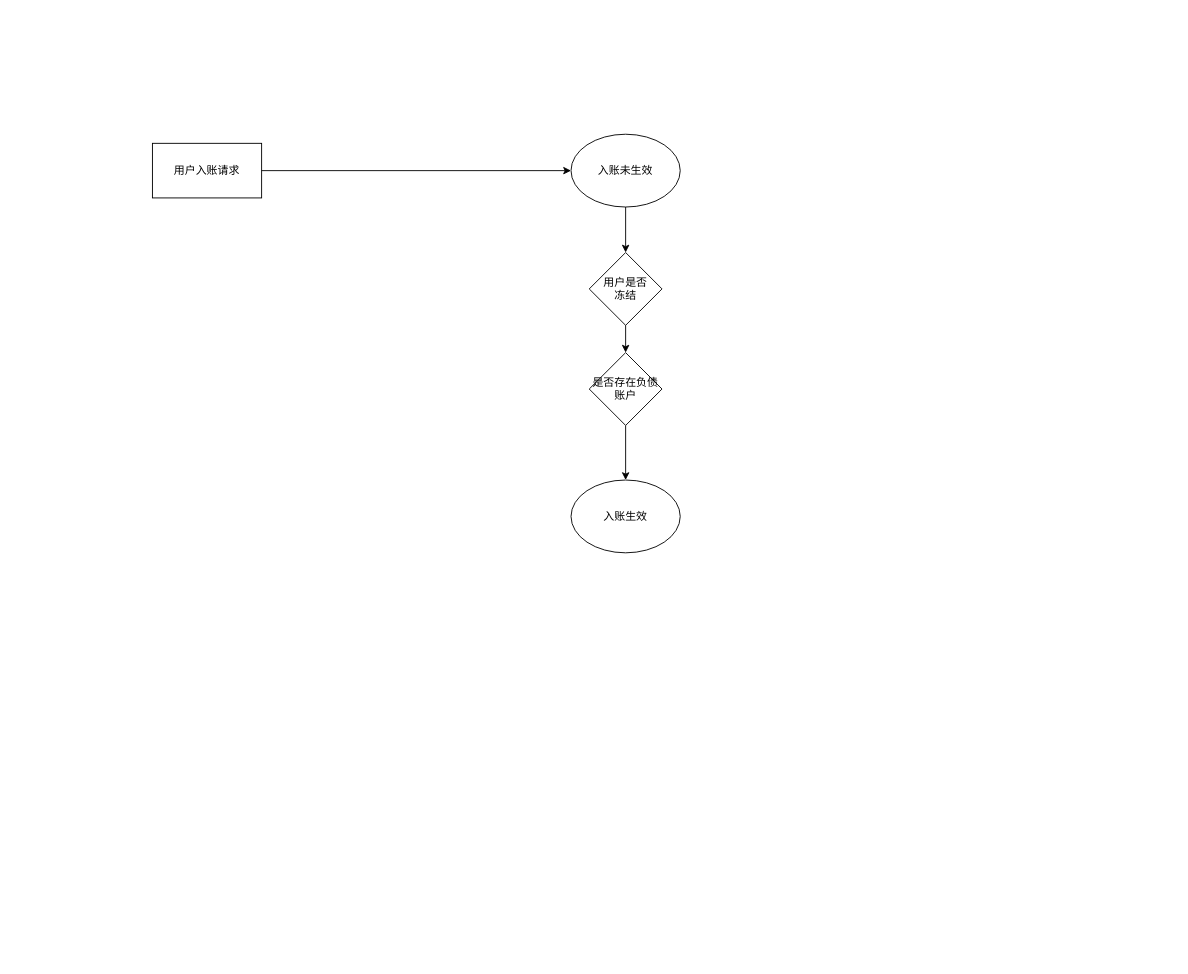
Earlier version of the draw.io diagram StudyDemo/src/用户资金流转图.drawio (keyeze/StudyPlace). Source tidied: cells renumbered, new cells numbered last; positions are measured from the earlier drawing's top-left corner, leaving out a move shared by most shapes. Both pictures are drawn from the tidied source at 91%, with x=0, y=0 at pixel (152, 134).
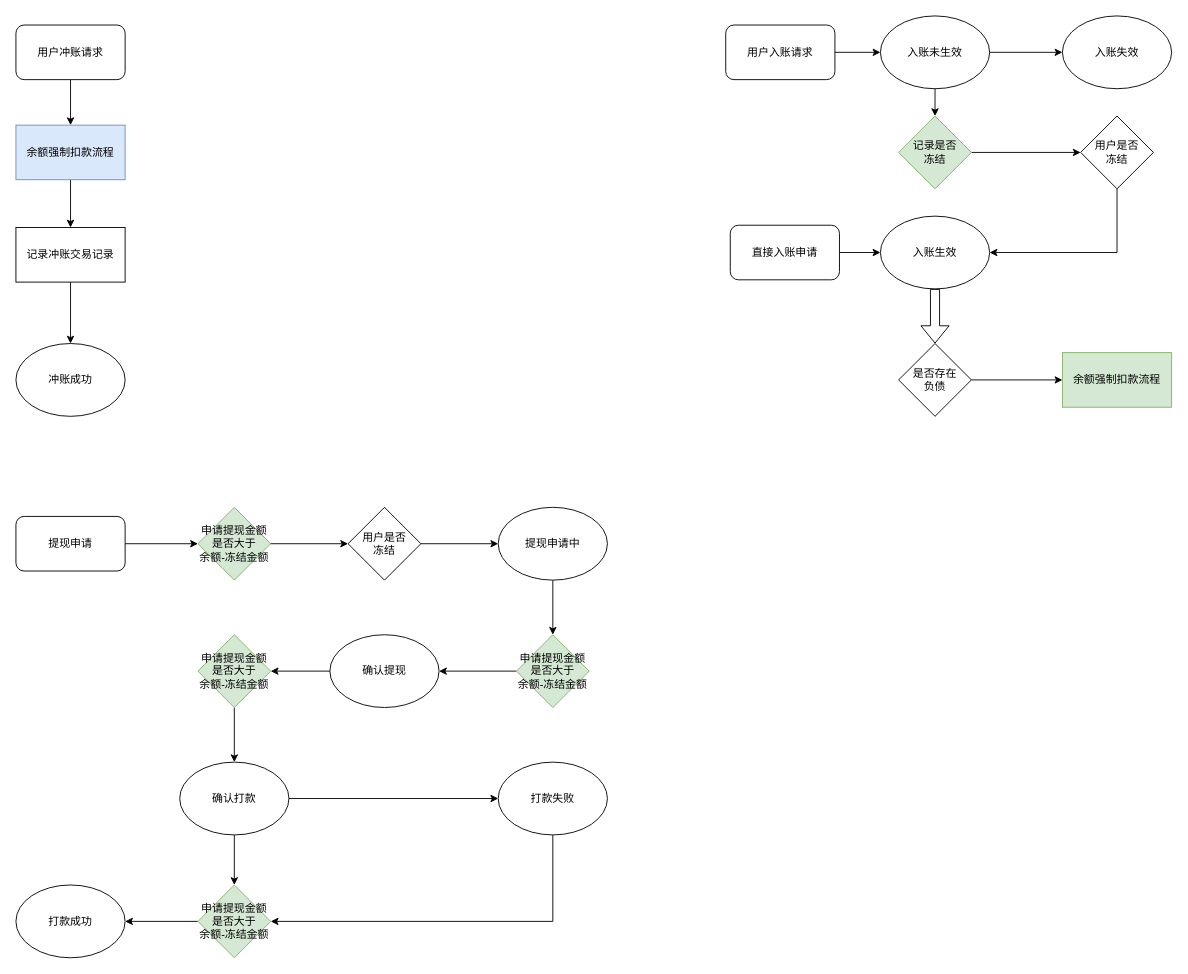
After the change.

Commit message (it also covers changes not shown here):
更新用户资金流转图.drawio

The edit, as a diff of the source:
```diff
@@
-    <mxCell id="2" style="edgeStyle=orthogonalEdgeStyle;rounded=0;jettySize=auto;html=1;exitX=0.5;exitY=1;exitDx=0;exitDy=0;entryX=0.5;entryY=0;entryDx=0;entryDy=0;" parent="1" edge="1" source="9" target="6">
+    <mxCell id="2" style="edgeStyle=orthogonalEdgeStyle;rounded=0;jettySize=auto;html=1;exitX=1;exitY=0.5;exitDx=0;exitDy=0;entryX=0;entryY=0.5;entryDx=0;entryDy=0;" parent="1" edge="1" source="9" target="45">
       <mxGeometry relative="1" as="geometry" />
     </mxCell>
@@
+    <mxCell id="11" style="edgeStyle=orthogonalEdgeStyle;rounded=0;jettySize=auto;html=1;exitX=1;exitY=0.5;exitDx=0;exitDy=0;" parent="1" edge="1" source="4" target="35">
+      <mxGeometry relative="1" as="geometry" />
+    </mxCell>
     <mxCell id="4" value="入账未生效" style="ellipse;whiteSpace=wrap;html=1;" parent="1" vertex="1">
-      <mxGeometry x="460" width="120" height="80" as="geometry" />
+      <mxGeometry x="800" y="-130" width="120" height="80" as="geometry" />
     </mxCell>
-    <mxCell id="5" value="用户入账请求" style="rounded=0;whiteSpace=wrap;html=1;" parent="1" vertex="1">
-      <mxGeometry y="10" width="120" height="60" as="geometry" />
-    </mxCell>
-    <mxCell id="6" value="入账生效" style="ellipse;whiteSpace=wrap;html=1;" parent="1" vertex="1">
-      <mxGeometry x="460" y="380" width="120" height="80" as="geometry" />
-    </mxCell>
+    <mxCell id="12" style="edgeStyle=orthogonalEdgeStyle;rounded=0;jettySize=auto;html=1;exitX=1;exitY=0.5;exitDx=0;exitDy=0;entryX=0;entryY=0.5;entryDx=0;entryDy=0;" parent="1" edge="1" source="7" target="17">
+      <mxGeometry relative="1" as="geometry" />
+    </mxCell>
-    <mxCell id="7" value="用户是否&lt;br&gt;冻结" style="rhombus;whiteSpace=wrap;html=1;" parent="1" vertex="1">
-      <mxGeometry x="480" y="130" width="80" height="80" as="geometry" />
+    <mxCell id="7" value="记录是否&lt;br&gt;冻结" style="rhombus;whiteSpace=wrap;html=1;fillColor=#d5e8d4;strokeColor=#82b366;" parent="1" vertex="1">
+      <mxGeometry x="820" y="-20" width="80" height="80" as="geometry" />
     </mxCell>
@@
+    <mxCell id="6" value="入账生效" style="ellipse;whiteSpace=wrap;html=1;" parent="1" vertex="1">
+      <mxGeometry x="800" y="90" width="120" height="80" as="geometry" />
+    </mxCell>
-    <mxCell id="9" value="是否存在负债账户" style="rhombus;whiteSpace=wrap;html=1;" parent="1" vertex="1">
-      <mxGeometry x="480" y="240" width="80" height="80" as="geometry" />
+    <mxCell id="9" value="是否存在&lt;br&gt;负债" style="rhombus;whiteSpace=wrap;html=1;" parent="1" vertex="1">
+      <mxGeometry x="820" y="230" width="80" height="80" as="geometry" />
     </mxCell>
-    <mxCell id="10" style="edgeStyle=orthogonalEdgeStyle;rounded=0;jettySize=auto;html=1;exitX=0.5;exitY=1;exitDx=0;exitDy=0;entryX=0.5;entryY=0;entryDx=0;entryDy=0;" parent="1" edge="1" source="7" target="9">
-      <mxGeometry relative="1" as="geometry" />
-    </mxCell>
+    <mxCell id="13" style="edgeStyle=orthogonalEdgeStyle;rounded=0;jettySize=auto;html=1;exitX=0.5;exitY=1;exitDx=0;exitDy=0;entryX=0.5;entryY=0;entryDx=0;entryDy=0;" parent="1" edge="1" source="14" target="26">
+      <mxGeometry relative="1" as="geometry" />
+    </mxCell>
+    <mxCell id="14" value="提现申请中" style="ellipse;whiteSpace=wrap;html=1;" parent="1" vertex="1">
+      <mxGeometry x="380" y="410" width="120" height="80" as="geometry" />
+    </mxCell>
+    <mxCell id="15" value="冲账成功" style="ellipse;whiteSpace=wrap;html=1;" parent="1" vertex="1">
+      <mxGeometry x="-150" y="230" width="120" height="80" as="geometry" />
+    </mxCell>
+    <mxCell id="16" style="edgeStyle=orthogonalEdgeStyle;rounded=0;jettySize=auto;html=1;exitX=0.5;exitY=1;exitDx=0;exitDy=0;entryX=1;entryY=0.5;entryDx=0;entryDy=0;" parent="1" edge="1" source="17" target="6">
+      <mxGeometry relative="1" as="geometry" />
+    </mxCell>
+    <mxCell id="17" value="用户是否&lt;br&gt;冻结" style="rhombus;whiteSpace=wrap;html=1;" parent="1" vertex="1">
+      <mxGeometry x="1020" y="-20" width="80" height="80" as="geometry" />
+    </mxCell>
+    <mxCell id="18" style="edgeStyle=orthogonalEdgeStyle;rounded=0;jettySize=auto;html=1;exitX=1;exitY=0.5;exitDx=0;exitDy=0;" parent="1" edge="1" source="32" target="14">
+      <mxGeometry relative="1" as="geometry" />
+    </mxCell>
+    <mxCell id="19" value="申请提现金额&lt;br&gt;是否大于&lt;br&gt;余额-冻结金额" style="rhombus;whiteSpace=wrap;html=1;fillColor=#d5e8d4;strokeColor=#82b366;" parent="1" vertex="1">
+      <mxGeometry x="50" y="410" width="80" height="80" as="geometry" />
+    </mxCell>
+    <mxCell id="20" style="edgeStyle=orthogonalEdgeStyle;rounded=0;jettySize=auto;html=1;exitX=1;exitY=0.5;exitDx=0;exitDy=0;entryX=0;entryY=0.5;entryDx=0;entryDy=0;" parent="1" edge="1" source="22" target="30">
+      <mxGeometry relative="1" as="geometry" />
+    </mxCell>
+    <mxCell id="21" style="edgeStyle=orthogonalEdgeStyle;rounded=0;jettySize=auto;html=1;exitX=0.5;exitY=1;exitDx=0;exitDy=0;entryX=0.5;entryY=0;entryDx=0;entryDy=0;" parent="1" edge="1" source="22" target="42">
+      <mxGeometry relative="1" as="geometry" />
+    </mxCell>
+    <mxCell id="22" value="确认打款" style="ellipse;whiteSpace=wrap;html=1;" parent="1" vertex="1">
+      <mxGeometry x="30" y="690" width="120" height="80" as="geometry" />
+    </mxCell>
+    <mxCell id="23" style="edgeStyle=orthogonalEdgeStyle;rounded=0;jettySize=auto;html=1;exitX=0.5;exitY=1;exitDx=0;exitDy=0;entryX=0.5;entryY=0;entryDx=0;entryDy=0;" parent="1" edge="1" source="27" target="22">
+      <mxGeometry relative="1" as="geometry" />
+    </mxCell>
+    <mxCell id="24" value="确认提现" style="ellipse;whiteSpace=wrap;html=1;" parent="1" vertex="1">
+      <mxGeometry x="195" y="550" width="120" height="80" as="geometry" />
+    </mxCell>
+    <mxCell id="25" style="edgeStyle=orthogonalEdgeStyle;rounded=0;jettySize=auto;html=1;exitX=0;exitY=0.5;exitDx=0;exitDy=0;entryX=1;entryY=0.5;entryDx=0;entryDy=0;" parent="1" edge="1" source="26" target="24">
+      <mxGeometry relative="1" as="geometry" />
+    </mxCell>
+    <mxCell id="26" value="&lt;span style=&quot;white-space: normal&quot;&gt;申请提现金额&lt;/span&gt;&lt;br style=&quot;white-space: normal&quot;&gt;&lt;span style=&quot;white-space: normal&quot;&gt;是否大于&lt;/span&gt;&lt;br style=&quot;white-space: normal&quot;&gt;&lt;span style=&quot;white-space: normal&quot;&gt;余额-冻结金额&lt;/span&gt;" style="rhombus;whiteSpace=wrap;html=1;fillColor=#d5e8d4;strokeColor=#82b366;" parent="1" vertex="1">
+      <mxGeometry x="400" y="550" width="80" height="80" as="geometry" />
+    </mxCell>
+    <mxCell id="27" value="&lt;span style=&quot;white-space: normal&quot;&gt;申请提现金额&lt;/span&gt;&lt;br style=&quot;white-space: normal&quot;&gt;&lt;span style=&quot;white-space: normal&quot;&gt;是否大于&lt;/span&gt;&lt;br style=&quot;white-space: normal&quot;&gt;&lt;span style=&quot;white-space: normal&quot;&gt;余额-冻结金额&lt;/span&gt;" style="rhombus;whiteSpace=wrap;html=1;fillColor=#d5e8d4;strokeColor=#82b366;" parent="1" vertex="1">
+      <mxGeometry x="50" y="550" width="80" height="80" as="geometry" />
+    </mxCell>
+    <mxCell id="28" style="edgeStyle=orthogonalEdgeStyle;rounded=0;jettySize=auto;html=1;exitX=0;exitY=0.5;exitDx=0;exitDy=0;entryX=1;entryY=0.5;entryDx=0;entryDy=0;" parent="1" edge="1" source="24" target="27">
+      <mxGeometry relative="1" as="geometry" />
+    </mxCell>
+    <mxCell id="29" style="edgeStyle=orthogonalEdgeStyle;rounded=0;jettySize=auto;html=1;exitX=0.5;exitY=1;exitDx=0;exitDy=0;entryX=1;entryY=0.5;entryDx=0;entryDy=0;" parent="1" edge="1" source="30" target="42">
+      <mxGeometry relative="1" as="geometry" />
+    </mxCell>
+    <mxCell id="30" value="打款失败" style="ellipse;whiteSpace=wrap;html=1;" parent="1" vertex="1">
+      <mxGeometry x="380" y="690" width="120" height="80" as="geometry" />
+    </mxCell>
+    <mxCell id="31" value="打款成功" style="ellipse;whiteSpace=wrap;html=1;" parent="1" vertex="1">
+      <mxGeometry x="-150" y="825" width="120" height="80" as="geometry" />
+    </mxCell>
+    <mxCell id="32" value="用户是否&lt;br&gt;冻结" style="rhombus;whiteSpace=wrap;html=1;" parent="1" vertex="1">
+      <mxGeometry x="215" y="410" width="80" height="80" as="geometry" />
+    </mxCell>
+    <mxCell id="33" style="edgeStyle=orthogonalEdgeStyle;rounded=0;jettySize=auto;html=1;exitX=1;exitY=0.5;exitDx=0;exitDy=0;" parent="1" edge="1" source="19" target="32">
+      <mxGeometry relative="1" as="geometry" />
+    </mxCell>
+    <mxCell id="34" style="shape=flexArrow;endArrow=classic;html=1;exitX=0.5;exitY=1;exitDx=0;exitDy=0;" parent="1" edge="1" source="6" target="9">
+      <mxGeometry relative="1" as="geometry" />
+    </mxCell>
+    <mxCell id="35" value="入账失效" style="ellipse;whiteSpace=wrap;html=1;" parent="1" vertex="1">
+      <mxGeometry x="1000" y="-130" width="120" height="80" as="geometry" />
+    </mxCell>
+    <mxCell id="36" style="edgeStyle=orthogonalEdgeStyle;rounded=0;jettySize=auto;html=1;exitX=1;exitY=0.5;exitDx=0;exitDy=0;entryX=0;entryY=0.5;entryDx=0;entryDy=0;" parent="1" edge="1" source="37" target="19">
+      <mxGeometry relative="1" as="geometry" />
+    </mxCell>
+    <mxCell id="37" value="提现申请" style="rounded=1;whiteSpace=wrap;html=1;" parent="1" vertex="1">
+      <mxGeometry x="-150" y="420" width="120" height="60" as="geometry" />
+    </mxCell>
+    <mxCell id="5" value="用户入账请求" style="rounded=1;whiteSpace=wrap;html=1;" parent="1" vertex="1">
+      <mxGeometry x="630" y="-120" width="120" height="60" as="geometry" />
+    </mxCell>
+    <mxCell id="38" style="edgeStyle=orthogonalEdgeStyle;rounded=0;jettySize=auto;html=1;exitX=0.5;exitY=1;exitDx=0;exitDy=0;entryX=0.5;entryY=0;entryDx=0;entryDy=0;" parent="1" edge="1" source="39" target="44">
+      <mxGeometry relative="1" as="geometry" />
+    </mxCell>
+    <mxCell id="39" value="余额强制扣款流程" style="rounded=0;whiteSpace=wrap;html=1;fillColor=#dae8fc;strokeColor=#6c8ebf;" parent="1" vertex="1">
+      <mxGeometry x="-150" y="-10" width="120" height="60" as="geometry" />
+    </mxCell>
+    <mxCell id="40" style="edgeStyle=orthogonalEdgeStyle;rounded=0;jettySize=auto;html=1;entryX=0.5;entryY=0;entryDx=0;entryDy=0;exitX=0.5;exitY=1;exitDx=0;exitDy=0;" parent="1" edge="1" source="46" target="39">
+      <mxGeometry relative="1" as="geometry" />
+    </mxCell>
+    <mxCell id="41" style="edgeStyle=orthogonalEdgeStyle;rounded=0;jettySize=auto;html=1;exitX=0;exitY=0.5;exitDx=0;exitDy=0;entryX=1;entryY=0.5;entryDx=0;entryDy=0;" parent="1" edge="1" source="42" target="31">
+      <mxGeometry relative="1" as="geometry" />
+    </mxCell>
+    <mxCell id="42" value="&lt;span style=&quot;white-space: normal&quot;&gt;申请提现金额&lt;/span&gt;&lt;br style=&quot;white-space: normal&quot;&gt;&lt;span style=&quot;white-space: normal&quot;&gt;是否大于&lt;/span&gt;&lt;br style=&quot;white-space: normal&quot;&gt;&lt;span style=&quot;white-space: normal&quot;&gt;余额-冻结金额&lt;/span&gt;" style="rhombus;whiteSpace=wrap;html=1;fillColor=#d5e8d4;strokeColor=#82b366;" parent="1" vertex="1">
+      <mxGeometry x="50" y="825" width="80" height="80" as="geometry" />
+    </mxCell>
+    <mxCell id="43" style="edgeStyle=orthogonalEdgeStyle;rounded=0;jettySize=auto;html=1;exitX=0.5;exitY=1;exitDx=0;exitDy=0;entryX=0.5;entryY=0;entryDx=0;entryDy=0;" parent="1" edge="1" source="44" target="15">
+      <mxGeometry relative="1" as="geometry" />
+    </mxCell>
+    <mxCell id="44" value="记录冲账交易记录" style="rounded=0;whiteSpace=wrap;html=1;" parent="1" vertex="1">
+      <mxGeometry x="-150" y="102.5" width="120" height="60" as="geometry" />
+    </mxCell>
+    <mxCell id="45" value="余额强制扣款流程" style="rounded=0;whiteSpace=wrap;html=1;fillColor=#d5e8d4;strokeColor=#82b366;" parent="1" vertex="1">
+      <mxGeometry x="1000" y="240" width="120" height="60" as="geometry" />
+    </mxCell>
+    <mxCell id="46" value="用户冲账请求" style="rounded=1;whiteSpace=wrap;html=1;" parent="1" vertex="1">
+      <mxGeometry x="-150" y="-120" width="120" height="60" as="geometry" />
+    </mxCell>
+    <mxCell id="47" style="edgeStyle=orthogonalEdgeStyle;rounded=0;jettySize=auto;html=1;exitX=1;exitY=0.5;exitDx=0;exitDy=0;entryX=0;entryY=0.5;entryDx=0;entryDy=0;" parent="1" edge="1" source="48" target="6">
+      <mxGeometry relative="1" as="geometry" />
+    </mxCell>
+    <mxCell id="48" value="直接入账申请" style="rounded=1;whiteSpace=wrap;html=1;" parent="1" vertex="1">
+      <mxGeometry x="635" y="100" width="120" height="60" as="geometry" />
+    </mxCell>
```
